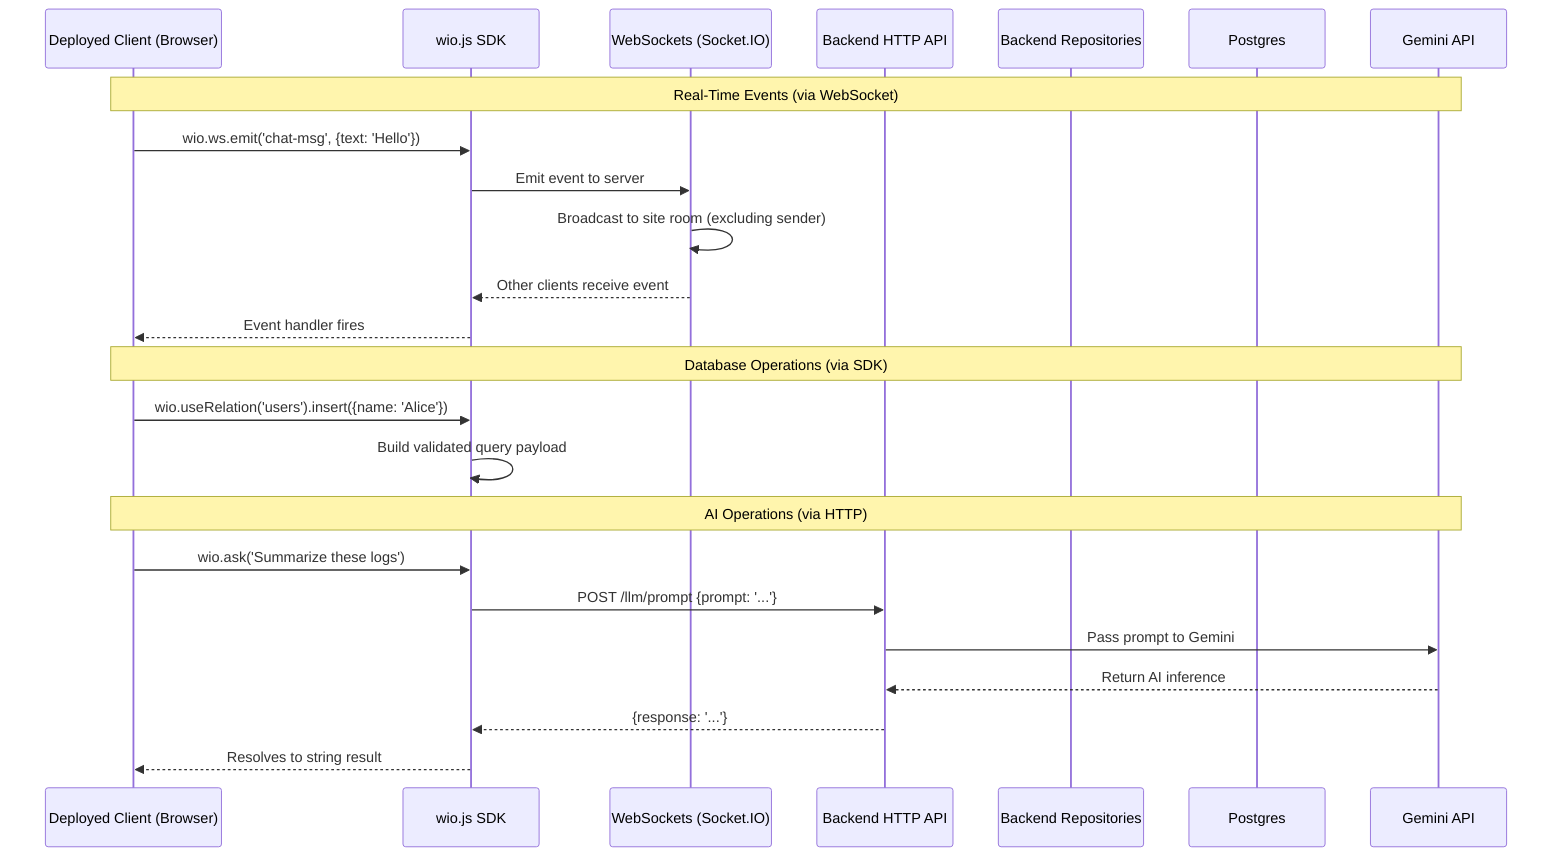
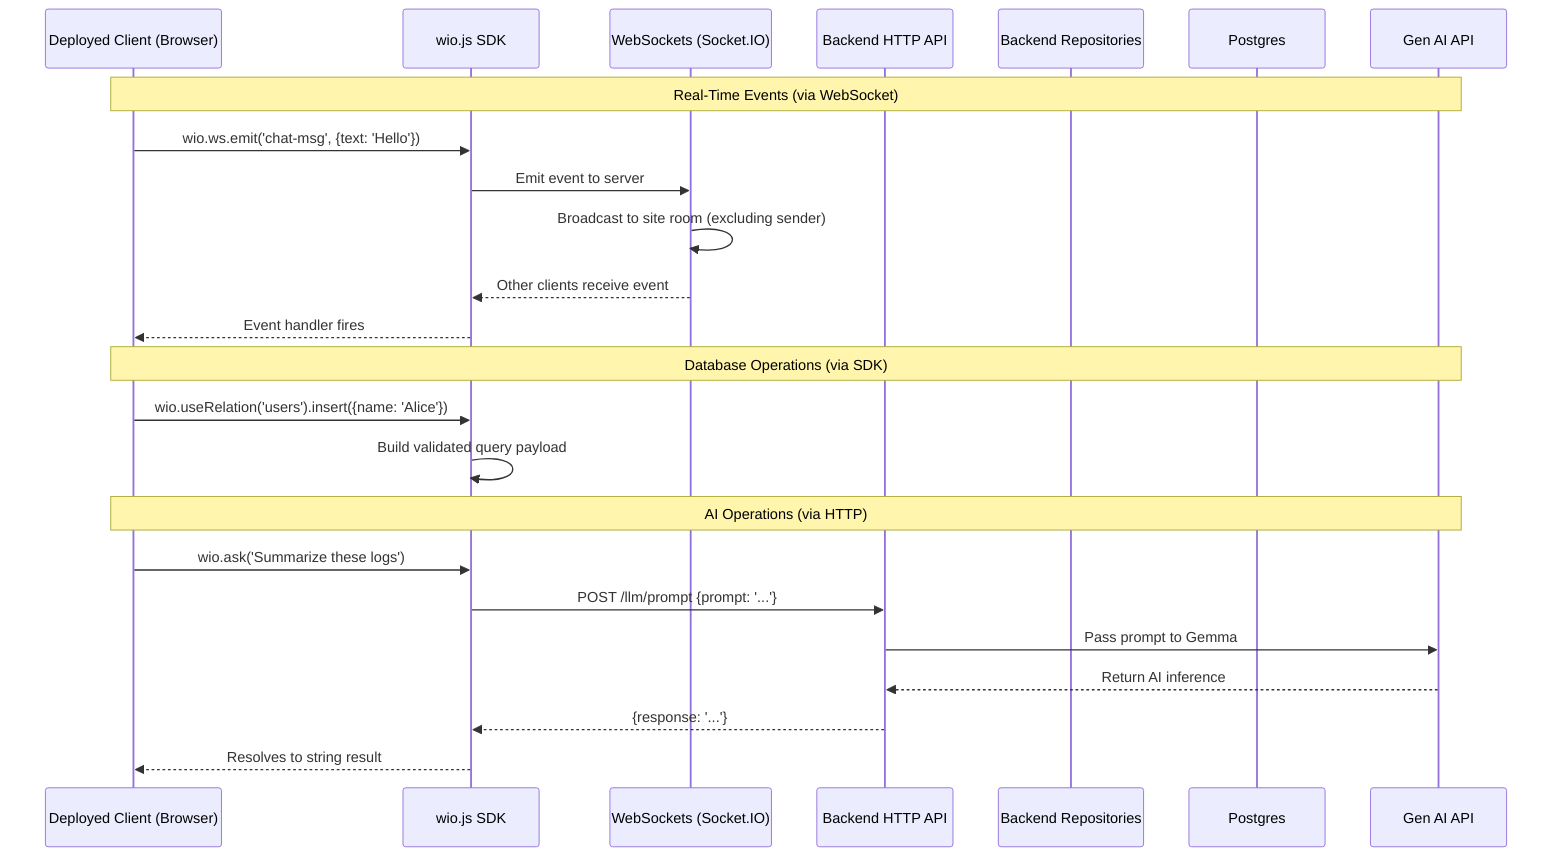
sequenceDiagram
    participant Browser as Deployed Client (Browser)
    participant SDK as wio.js SDK
    participant Socket as WebSockets (Socket.IO)
    participant HTTP as Backend HTTP API
    participant Repo as Backend Repositories
    participant DB as Postgres
-     participant LLM as Gemini API
+     participant LLM as Gen AI API

    Note over Browser,LLM: Real-Time Events (via WebSocket)
    Browser->>SDK: wio.ws.emit('chat-msg', {text: 'Hello'})
    SDK->>Socket: Emit event to server
    Socket->>Socket: Broadcast to site room (excluding sender)
    Socket-->>SDK: Other clients receive event
    SDK-->>Browser: Event handler fires

    Note over Browser,LLM: Database Operations (via SDK)
    Browser->>SDK: wio.useRelation('users').insert({name: 'Alice'})
    SDK->>SDK: Build validated query payload

    Note over Browser,LLM: AI Operations (via HTTP)
    Browser->>SDK: wio.ask('Summarize these logs')
    SDK->>HTTP: POST /llm/prompt {prompt: '...'}
-     HTTP->>LLM: Pass prompt to Gemini
+     HTTP->>LLM: Pass prompt to Gemma
    LLM-->>HTTP: Return AI inference
    HTTP-->>SDK: {response: '...'}
    SDK-->>Browser: Resolves to string result
